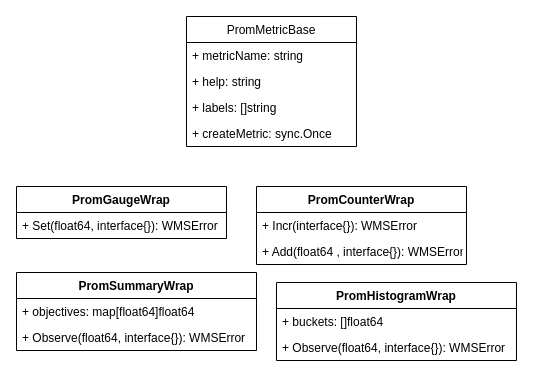
Earlier version of the draw.io diagram prometheus-class.drawio (yindongjun/drawio-2). Source tidied: cells renumbered, new cells numbered last; positions are measured from the earlier drawing's top-left corner, leaving out a move shared by most shapes. Both pictures are drawn from the tidied source at 100%, with x=0, y=0 at pixel (16, 16).
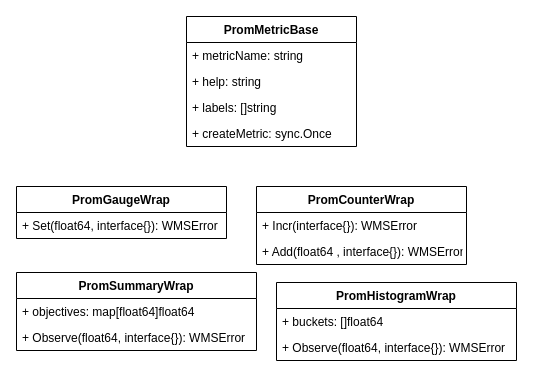
The same page after the edit.

What changed in the source:
```diff
@@
 <mxGraphModel>
   <root>
     <mxCell id="0" />
     <mxCell id="1" parent="0" />
-    <mxCell id="2" value="PromMetricBase" style="swimlane;fontStyle=0;horizontal=1;startSize=26;fillColor=none;strokeColor=default;" parent="1" vertex="1">
+    <mxCell id="2" value="PromMetricBase" style="swimlane;fontStyle=1;horizontal=1;startSize=26;fillColor=none;strokeColor=default;" parent="1" vertex="1">
       <mxGeometry x="170" width="170" height="130" as="geometry" />
     </mxCell>
     <mxCell id="3" value="+ metricName: string" style="text;strokeColor=none;fillColor=none;align=left;verticalAlign=top;spacingLeft=4;spacingRight=4;overflow=hidden;" parent="2" vertex="1">
       <mxGeometry y="26" width="170" height="26" as="geometry" />
     </mxCell>
     <mxCell id="4" value="+ help: string" style="text;strokeColor=none;fillColor=none;align=left;verticalAlign=top;spacingLeft=4;spacingRight=4;overflow=hidden;" parent="2" vertex="1">
       <mxGeometry y="52" width="170" height="26" as="geometry" />
     </mxCell>
     <mxCell id="5" value="+ labels: []string" style="text;strokeColor=none;fillColor=none;align=left;verticalAlign=top;spacingLeft=4;spacingRight=4;overflow=hidden;" parent="2" vertex="1">
       <mxGeometry y="78" width="170" height="26" as="geometry" />
     </mxCell>
     <mxCell id="6" value="+ createMetric: sync.Once" style="text;strokeColor=none;fillColor=none;align=left;verticalAlign=top;spacingLeft=4;spacingRight=4;overflow=hidden;" parent="2" vertex="1">
       <mxGeometry y="104" width="170" height="26" as="geometry" />
     </mxCell>
     <mxCell id="7" value="PromGaugeWrap" style="swimlane;fontStyle=1;align=center;verticalAlign=top;horizontal=1;startSize=26;strokeColor=default;" parent="1" vertex="1">
       <mxGeometry y="170" width="210" height="52" as="geometry" />
     </mxCell>
     <mxCell id="8" value="+ Set(float64, interface{}): WMSError" style="text;strokeColor=none;fillColor=none;align=left;verticalAlign=top;spacingLeft=4;spacingRight=4;overflow=hidden;" parent="7" vertex="1">
       <mxGeometry y="26" width="210" height="26" as="geometry" />
     </mxCell>
     <mxCell id="9" value="PromCounterWrap" style="swimlane;fontStyle=1;align=center;verticalAlign=top;horizontal=1;startSize=26;strokeColor=default;" parent="1" vertex="1">
       <mxGeometry x="240" y="170" width="210" height="78" as="geometry" />
     </mxCell>
     <mxCell id="10" value="+ Incr(interface{}): WMSError" style="text;strokeColor=none;fillColor=none;align=left;verticalAlign=top;spacingLeft=4;spacingRight=4;overflow=hidden;" parent="9" vertex="1">
       <mxGeometry y="26" width="210" height="26" as="geometry" />
     </mxCell>
     <mxCell id="11" value="+ Add(float64 , interface{}): WMSError" style="text;strokeColor=none;fillColor=none;align=left;verticalAlign=top;spacingLeft=4;spacingRight=4;overflow=hidden;" parent="9" vertex="1">
       <mxGeometry y="52" width="210" height="26" as="geometry" />
     </mxCell>
     <mxCell id="12" value="PromSummaryWrap" style="swimlane;fontStyle=1;align=center;verticalAlign=top;horizontal=1;startSize=26;strokeColor=default;" parent="1" vertex="1">
       <mxGeometry y="256" width="240" height="78" as="geometry" />
     </mxCell>
     <mxCell id="13" value="+ objectives: map[float64]float64" style="text;strokeColor=none;fillColor=none;align=left;verticalAlign=top;spacingLeft=4;spacingRight=4;overflow=hidden;" parent="12" vertex="1">
       <mxGeometry y="26" width="240" height="26" as="geometry" />
     </mxCell>
     <mxCell id="14" value="+ Observe(float64, interface{}): WMSError" style="text;strokeColor=none;fillColor=none;align=left;verticalAlign=top;spacingLeft=4;spacingRight=4;overflow=hidden;" parent="12" vertex="1">
       <mxGeometry y="52" width="240" height="26" as="geometry" />
     </mxCell>
     <mxCell id="15" value="PromHistogramWrap" style="swimlane;fontStyle=1;align=center;verticalAlign=top;horizontal=1;startSize=26;strokeColor=default;" parent="1" vertex="1">
       <mxGeometry x="260" y="266" width="240" height="78" as="geometry" />
     </mxCell>
     <mxCell id="16" value="+ buckets: []float64" style="text;strokeColor=none;fillColor=none;align=left;verticalAlign=top;spacingLeft=4;spacingRight=4;overflow=hidden;" parent="15" vertex="1">
       <mxGeometry y="26" width="240" height="26" as="geometry" />
     </mxCell>
     <mxCell id="17" value="+ Observe(float64, interface{}): WMSError" style="text;strokeColor=none;fillColor=none;align=left;verticalAlign=top;spacingLeft=4;spacingRight=4;overflow=hidden;" parent="15" vertex="1">
       <mxGeometry y="52" width="240" height="26" as="geometry" />
     </mxCell>
   </root>
 </mxGraphModel>
```
